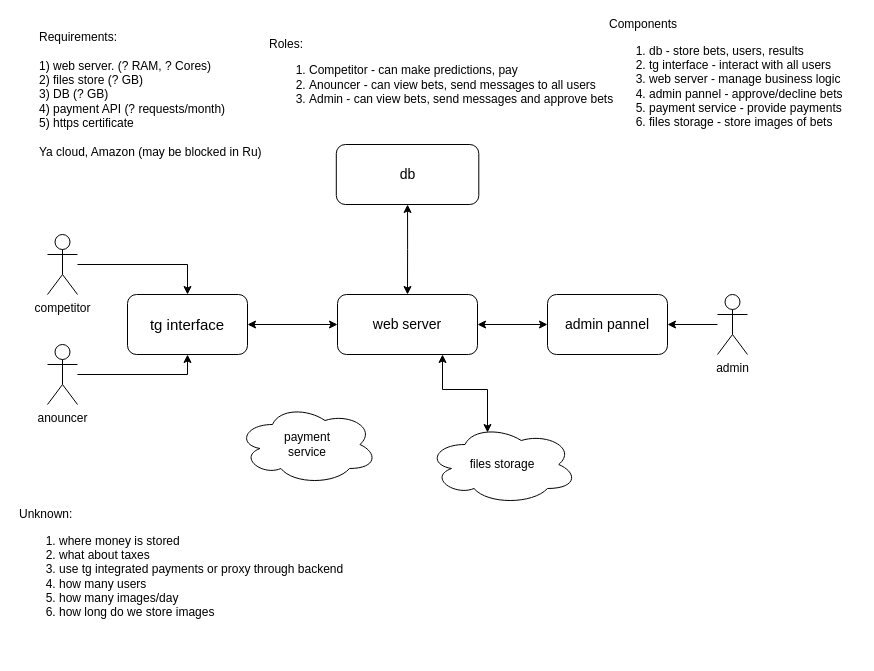
This is static/bet_tournament_arch.drawio from phantom-profile/storages_manage_service, a draw.io file, before an edit. Source tidied: cells renumbered, new cells numbered last; positions are measured from the earlier drawing's top-left corner, leaving out a move shared by most shapes. Both pictures are drawn from the tidied source at 100%, with x=0, y=0 at pixel (17, 22).
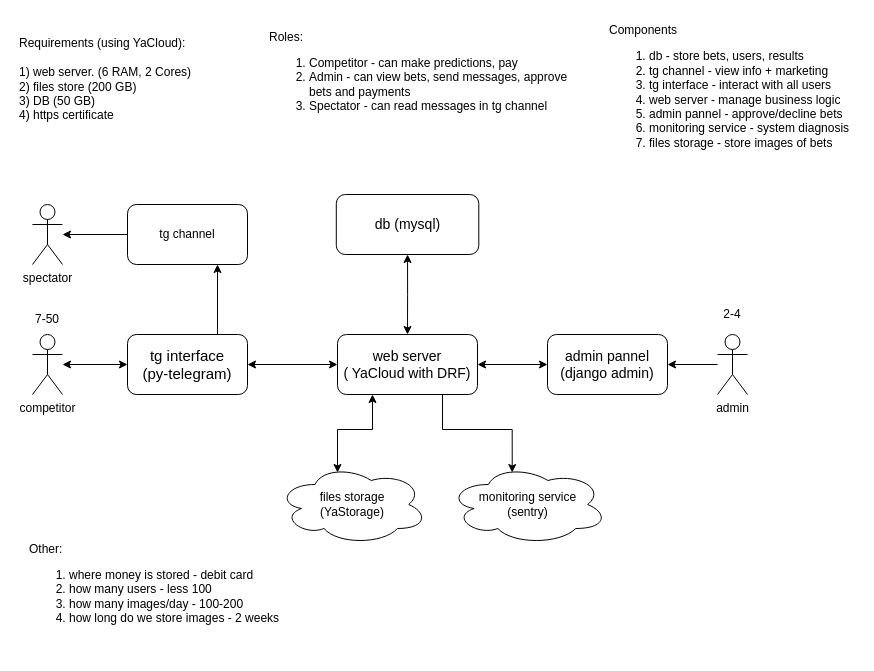
Above is the later version.

Change to the diagram source:
```diff
@@
+    <mxCell id="22" style="edgeStyle=orthogonalEdgeStyle;rounded=0;jettySize=auto;html=1;exitX=0.75;exitY=0;exitDx=0;exitDy=0;entryX=0.75;entryY=1;entryDx=0;entryDy=0;" parent="1" edge="1" source="3" target="26">
+      <mxGeometry relative="1" as="geometry" />
+    </mxCell>
-    <mxCell id="3" value="tg interface" style="rounded=1;whiteSpace=wrap;html=1;fontSize=15;" parent="1" vertex="1">
-      <mxGeometry x="110" y="272" width="120" height="60" as="geometry" />
+    <mxCell id="3" value="tg interface&lt;br&gt;(py-telegram)" style="rounded=1;whiteSpace=wrap;html=1;fontSize=15;" parent="1" vertex="1">
+      <mxGeometry x="110" y="312" width="120" height="60" as="geometry" />
     </mxCell>
@@
-    <mxCell id="5" value="db" style="rounded=1;whiteSpace=wrap;html=1;fontSize=14;" parent="1" vertex="1">
-      <mxGeometry x="318.8" y="122" width="142.5" height="60" as="geometry" />
+    <mxCell id="5" value="db (mysql)" style="rounded=1;whiteSpace=wrap;html=1;fontSize=14;" parent="1" vertex="1">
+      <mxGeometry x="318.8" y="172" width="142.5" height="60" as="geometry" />
     </mxCell>
@@
-    <mxCell id="7" value="admin pannel" style="rounded=1;whiteSpace=wrap;html=1;fontSize=14;" parent="1" vertex="1">
-      <mxGeometry x="530" y="272" width="120" height="60" as="geometry" />
+    <mxCell id="7" value="admin pannel&lt;br&gt;(django admin)" style="rounded=1;whiteSpace=wrap;html=1;fontSize=14;" parent="1" vertex="1">
+      <mxGeometry x="530" y="312" width="120" height="60" as="geometry" />
     </mxCell>
-    <mxCell id="8" style="edgeStyle=orthogonalEdgeStyle;rounded=0;jettySize=auto;html=1;entryX=0.4;entryY=0.1;entryDx=0;entryDy=0;entryPerimeter=0;exitX=0.75;exitY=1;exitDx=0;exitDy=0;startArrow=classic;startFill=1;" parent="1" edge="1" source="9" target="12">
+    <mxCell id="8" style="edgeStyle=orthogonalEdgeStyle;rounded=0;jettySize=auto;html=1;entryX=0.4;entryY=0.1;entryDx=0;entryDy=0;entryPerimeter=0;exitX=0.25;exitY=1;exitDx=0;exitDy=0;startArrow=classic;startFill=1;" parent="1" edge="1" source="9" target="12">
       <mxGeometry relative="1" as="geometry" />
     </mxCell>
+    <mxCell id="23" style="edgeStyle=orthogonalEdgeStyle;rounded=0;jettySize=auto;html=1;entryX=0.4;entryY=0.1;entryDx=0;entryDy=0;entryPerimeter=0;exitX=0.75;exitY=1;exitDx=0;exitDy=0;" parent="1" edge="1" source="9" target="29">
+      <mxGeometry relative="1" as="geometry" />
+    </mxCell>
-    <mxCell id="9" value="web server" style="rounded=1;whiteSpace=wrap;html=1;fontSize=14;" parent="1" vertex="1">
-      <mxGeometry x="320" y="272" width="140" height="60" as="geometry" />
+    <mxCell id="9" value="web server&lt;br&gt;( YaCloud with DRF)" style="rounded=1;whiteSpace=wrap;html=1;fontSize=14;" parent="1" vertex="1">
+      <mxGeometry x="320" y="312" width="140" height="60" as="geometry" />
     </mxCell>
-    <mxCell id="10" value="payment&lt;br&gt;service" style="ellipse;shape=cloud;whiteSpace=wrap;html=1;" parent="1" vertex="1">
-      <mxGeometry x="220" y="382" width="140" height="80" as="geometry" />
-    </mxCell>
-    <mxCell id="11" value="&lt;div style=&quot;&quot;&gt;&lt;span style=&quot;background-color: initial;&quot;&gt;Requirements:&lt;/span&gt;&lt;/div&gt;&lt;div style=&quot;&quot;&gt;&lt;span style=&quot;background-color: initial;&quot;&gt;&lt;br&gt;&lt;/span&gt;&lt;/div&gt;&lt;div style=&quot;&quot;&gt;&lt;span style=&quot;background-color: initial;&quot;&gt;1) web server. (? RAM, ? Cores)&lt;/span&gt;&lt;/div&gt;2) files store (? GB)&lt;br&gt;3) DB (? GB)&lt;br&gt;4) payment API (? requests/month)&lt;br&gt;5) https certificate&lt;br&gt;&lt;br&gt;Ya cloud, Amazon (may be blocked in Ru)" style="text;html=1;strokeColor=none;fillColor=none;align=left;verticalAlign=middle;whiteSpace=wrap;rounded=0;" parent="1" vertex="1">
-      <mxGeometry x="20" y="12" width="320" height="120" as="geometry" />
+    <mxCell id="11" value="&lt;div style=&quot;&quot;&gt;&lt;span style=&quot;background-color: initial;&quot;&gt;Requirements (using YaCloud):&lt;/span&gt;&lt;/div&gt;&lt;div style=&quot;&quot;&gt;&lt;span style=&quot;background-color: initial;&quot;&gt;&lt;br&gt;&lt;/span&gt;&lt;/div&gt;&lt;div style=&quot;&quot;&gt;&lt;span style=&quot;background-color: initial;&quot;&gt;1) web server. (6 RAM, 2 Cores)&lt;/span&gt;&lt;/div&gt;2) files store (200 GB)&lt;br&gt;3) DB (50 GB)&lt;br&gt;4) https certificate" style="text;html=1;strokeColor=none;fillColor=none;align=left;verticalAlign=middle;whiteSpace=wrap;rounded=0;" parent="1" vertex="1">
+      <mxGeometry y="-3" width="320" height="120" as="geometry" />
     </mxCell>
-    <mxCell id="12" value="files storage" style="ellipse;shape=cloud;whiteSpace=wrap;html=1;" parent="1" vertex="1">
-      <mxGeometry x="410" y="402" width="150" height="80" as="geometry" />
+    <mxCell id="12" value="files storage&lt;br&gt;(YaStorage)" style="ellipse;shape=cloud;whiteSpace=wrap;html=1;" parent="1" vertex="1">
+      <mxGeometry x="260" y="442" width="150" height="80" as="geometry" />
     </mxCell>
-    <mxCell id="13" style="edgeStyle=orthogonalEdgeStyle;rounded=0;jettySize=auto;html=1;entryX=0.5;entryY=0;entryDx=0;entryDy=0;" parent="1" edge="1" source="14" target="3">
+    <mxCell id="13" style="edgeStyle=orthogonalEdgeStyle;rounded=0;jettySize=auto;html=1;entryX=0;entryY=0.5;entryDx=0;entryDy=0;startArrow=classic;startFill=1;" parent="1" edge="1" source="14" target="3">
       <mxGeometry relative="1" as="geometry" />
     </mxCell>
     <mxCell id="14" value="competitor" style="shape=umlActor;verticalLabelPosition=bottom;verticalAlign=top;html=1;outlineConnect=0;" parent="1" vertex="1">
-      <mxGeometry x="30" y="212" width="30" height="60" as="geometry" />
+      <mxGeometry x="15" y="312" width="30" height="60" as="geometry" />
     </mxCell>
@@
     <mxCell id="16" value="admin" style="shape=umlActor;verticalLabelPosition=bottom;verticalAlign=top;html=1;outlineConnect=0;" parent="1" vertex="1">
-      <mxGeometry x="700" y="272" width="30" height="60" as="geometry" />
+      <mxGeometry x="700" y="312" width="30" height="60" as="geometry" />
     </mxCell>
-    <mxCell id="17" style="edgeStyle=orthogonalEdgeStyle;rounded=0;jettySize=auto;html=1;entryX=0.5;entryY=1;entryDx=0;entryDy=0;" parent="1" edge="1" source="18" target="3">
-      <mxGeometry relative="1" as="geometry" />
-    </mxCell>
-    <mxCell id="18" value="anouncer" style="shape=umlActor;verticalLabelPosition=bottom;verticalAlign=top;html=1;outlineConnect=0;" parent="1" vertex="1">
-      <mxGeometry x="30" y="322" width="30" height="60" as="geometry" />
-    </mxCell>
-    <mxCell id="19" value="Roles:&lt;br&gt;&lt;div style=&quot;&quot;&gt;&lt;ol&gt;&lt;li&gt;&lt;span style=&quot;background-color: initial;&quot;&gt;Competitor - can make predictions, pay&lt;/span&gt;&lt;/li&gt;&lt;li&gt;&lt;span style=&quot;background-color: initial;&quot;&gt;Anouncer - can view bets, send messages to all users&lt;/span&gt;&lt;/li&gt;&lt;li&gt;&lt;span style=&quot;background-color: initial;&quot;&gt;Admin - can view bets, send messages and approve bets&lt;/span&gt;&lt;/li&gt;&lt;/ol&gt;&lt;/div&gt;" style="text;html=1;strokeColor=none;fillColor=none;align=left;verticalAlign=middle;whiteSpace=wrap;rounded=0;" parent="1" vertex="1">
-      <mxGeometry x="250" y="-0.5" width="460" height="110" as="geometry" />
+    <mxCell id="19" value="Roles:&lt;br&gt;&lt;div style=&quot;&quot;&gt;&lt;ol&gt;&lt;li&gt;&lt;span style=&quot;background-color: initial;&quot;&gt;Competitor - can make predictions, pay&lt;/span&gt;&lt;/li&gt;&lt;li&gt;&lt;span style=&quot;background-color: initial;&quot;&gt;Admin - can view bets, send messages,&amp;nbsp;&lt;/span&gt;approve bets and payments&lt;/li&gt;&lt;li&gt;Spectator - can read messages in tg channel&lt;/li&gt;&lt;/ol&gt;&lt;/div&gt;" style="text;html=1;strokeColor=none;fillColor=none;align=left;verticalAlign=middle;whiteSpace=wrap;rounded=0;" parent="1" vertex="1">
+      <mxGeometry x="250" y="-0.5" width="320" height="110" as="geometry" />
     </mxCell>
-    <mxCell id="20" value="Components&lt;br&gt;&lt;ol&gt;&lt;li&gt;db - store bets, users, results&lt;/li&gt;&lt;li style=&quot;&quot;&gt;tg interface - interact with all users&lt;/li&gt;&lt;li style=&quot;&quot;&gt;web server - manage business logic&lt;/li&gt;&lt;li style=&quot;&quot;&gt;admin pannel - approve/decline bets&lt;/li&gt;&lt;li style=&quot;&quot;&gt;payment service - provide payments&lt;/li&gt;&lt;li style=&quot;&quot;&gt;files storage - store images of bets&lt;/li&gt;&lt;/ol&gt;" style="text;html=1;strokeColor=none;fillColor=none;align=left;verticalAlign=middle;whiteSpace=wrap;rounded=0;" parent="1" vertex="1">
-      <mxGeometry x="590" y="-0.5" width="250" height="115" as="geometry" />
+    <mxCell id="20" value="Components&lt;br&gt;&lt;ol&gt;&lt;li&gt;db - store bets, users, results&lt;/li&gt;&lt;li&gt;tg channel - view info + marketing&lt;/li&gt;&lt;li style=&quot;&quot;&gt;tg interface - interact with all users&lt;/li&gt;&lt;li style=&quot;&quot;&gt;web server - manage business logic&lt;/li&gt;&lt;li style=&quot;&quot;&gt;admin pannel - approve/decline bets&lt;/li&gt;&lt;li style=&quot;&quot;&gt;monitoring service - system diagnosis&lt;/li&gt;&lt;li style=&quot;&quot;&gt;files storage - store images of bets&lt;/li&gt;&lt;/ol&gt;" style="text;html=1;strokeColor=none;fillColor=none;align=left;verticalAlign=middle;whiteSpace=wrap;rounded=0;" parent="1" vertex="1">
+      <mxGeometry x="590" y="12" width="250" height="115" as="geometry" />
     </mxCell>
-    <mxCell id="21" value="Unknown:&lt;br&gt;&lt;ol&gt;&lt;li&gt;where money is stored&lt;/li&gt;&lt;li&gt;what about taxes&lt;/li&gt;&lt;li&gt;use tg integrated payments or proxy through backend&lt;/li&gt;&lt;li&gt;how many users&lt;/li&gt;&lt;li&gt;how many images/day&lt;/li&gt;&lt;li&gt;how long do we store images&lt;/li&gt;&lt;/ol&gt;" style="text;html=1;strokeColor=none;fillColor=none;align=left;verticalAlign=middle;whiteSpace=wrap;rounded=0;" parent="1" vertex="1">
-      <mxGeometry y="482" width="400" height="130" as="geometry" />
+    <mxCell id="21" value="Other:&lt;br&gt;&lt;ol&gt;&lt;li&gt;where money is stored - debit card&lt;/li&gt;&lt;li&gt;&lt;span style=&quot;background-color: initial;&quot;&gt;how many users - less 100&lt;/span&gt;&lt;br&gt;&lt;/li&gt;&lt;li&gt;how many images/day - 100-200&lt;/li&gt;&lt;li&gt;how long do we store images - 2 weeks&lt;/li&gt;&lt;/ol&gt;" style="text;html=1;strokeColor=none;fillColor=none;align=left;verticalAlign=middle;whiteSpace=wrap;rounded=0;" parent="1" vertex="1">
+      <mxGeometry x="10" y="502" width="400" height="130" as="geometry" />
     </mxCell>
+    <mxCell id="24" value="7-50" style="text;html=1;strokeColor=none;fillColor=none;align=center;verticalAlign=middle;whiteSpace=wrap;rounded=0;" parent="1" vertex="1">
+      <mxGeometry y="282" width="60" height="30" as="geometry" />
+    </mxCell>
+    <mxCell id="25" value="2-4" style="text;html=1;strokeColor=none;fillColor=none;align=center;verticalAlign=middle;whiteSpace=wrap;rounded=0;" parent="1" vertex="1">
+      <mxGeometry x="685" y="277" width="60" height="30" as="geometry" />
+    </mxCell>
+    <mxCell id="26" value="tg channel" style="rounded=1;whiteSpace=wrap;html=1;" parent="1" vertex="1">
+      <mxGeometry x="110" y="182" width="120" height="60" as="geometry" />
+    </mxCell>
+    <mxCell id="27" style="edgeStyle=orthogonalEdgeStyle;rounded=0;jettySize=auto;html=1;entryX=0;entryY=0.5;entryDx=0;entryDy=0;startArrow=classic;startFill=1;endArrow=none;endFill=0;" parent="1" edge="1" source="28" target="26">
+      <mxGeometry relative="1" as="geometry" />
+    </mxCell>
+    <mxCell id="28" value="spectator" style="shape=umlActor;verticalLabelPosition=bottom;verticalAlign=top;html=1;outlineConnect=0;" parent="1" vertex="1">
+      <mxGeometry x="15" y="182" width="30" height="60" as="geometry" />
+    </mxCell>
+    <mxCell id="29" value="monitoring service&lt;br&gt;(sentry)" style="ellipse;shape=cloud;whiteSpace=wrap;html=1;" parent="1" vertex="1">
+      <mxGeometry x="431.2" y="442" width="158.8" height="80" as="geometry" />
+    </mxCell>
```
